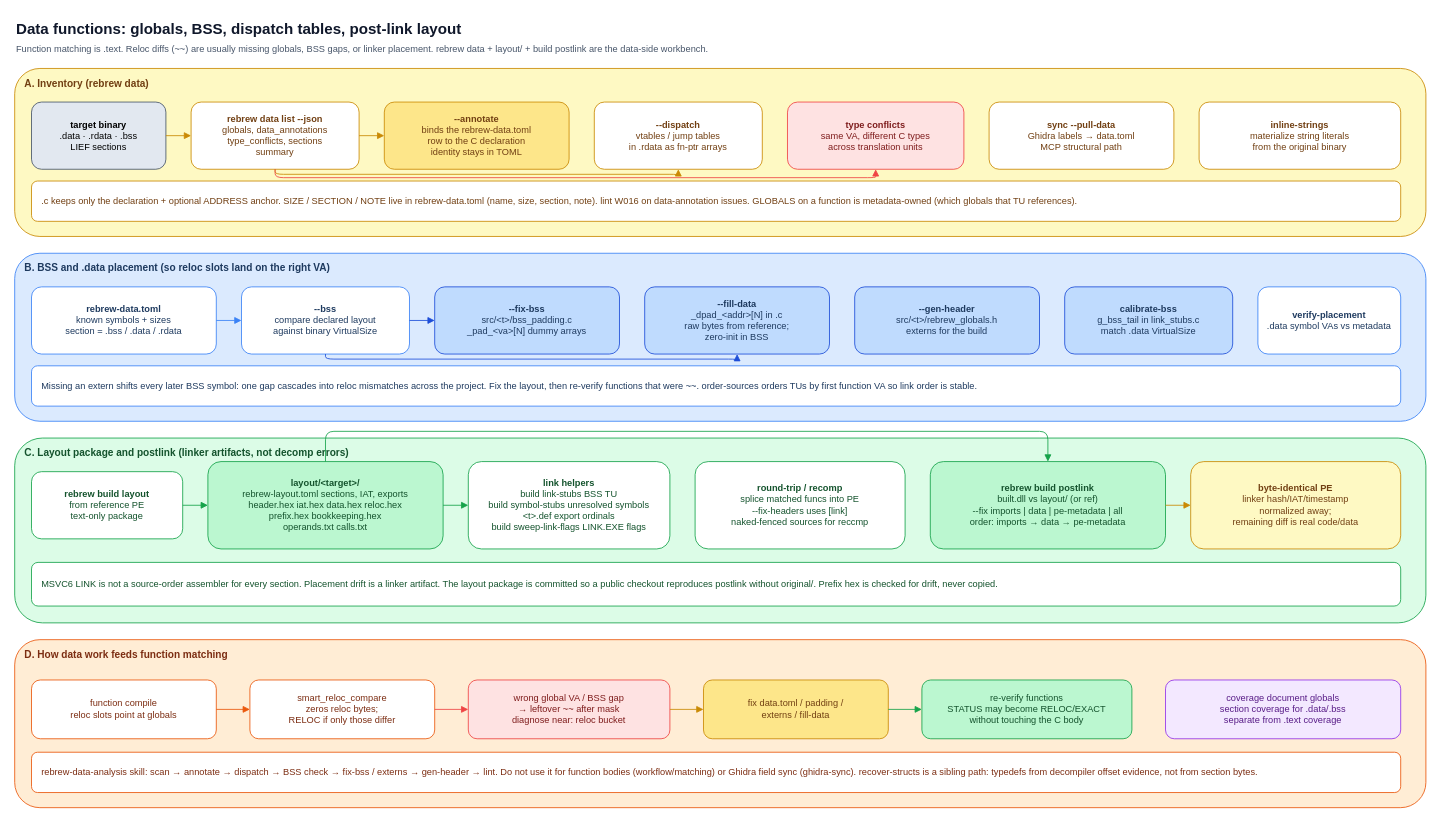
maci0/rebrew keeps this draw.io diagram as page "7. Data, globals, layout" (6 of 6) of docs/architecture.drawio. Above is the earlier version. Source tidied: cells renumbered, new cells numbered last; positions are measured from the earlier drawing's top-left corner, leaving out a move shared by most shapes. Both pictures are drawn from the tidied source at 84%, with x=0, y=0 at pixel (14, 14).
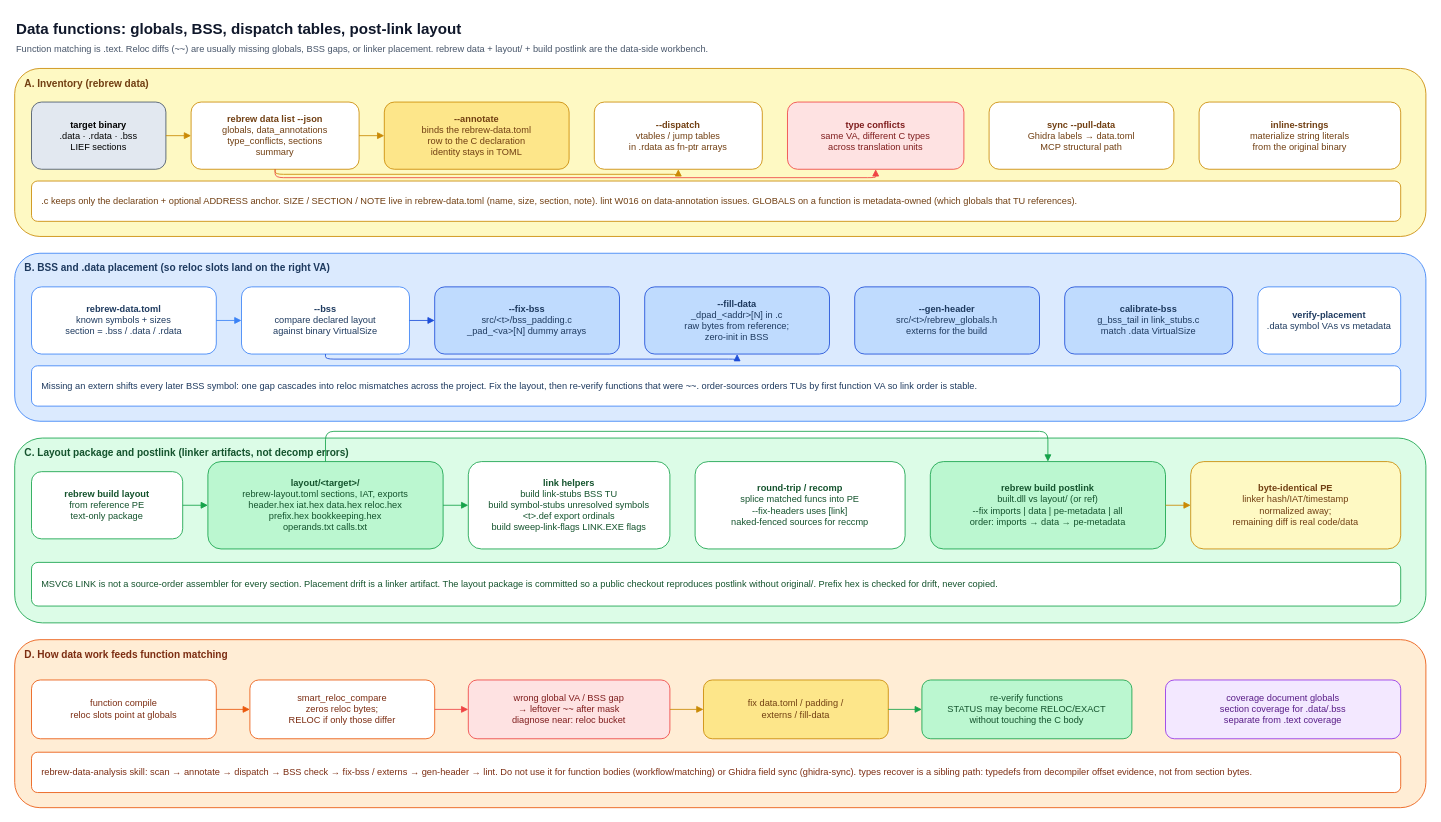
After the change.

What changed in the source:
```diff
@@
-    <mxCell id="48" value="rebrew-data-analysis skill: scan → annotate → dispatch → BSS check → fix-bss / externs → gen-header → lint. Do not use it for function bodies (workflow/matching) or Ghidra field sync (ghidra-sync). recover-structs is a sibling path: typedefs from decompiler offset evidence, not from section bytes." style="rounded=1;whiteSpace=wrap;html=1;fillColor=#ffffff;strokeColor=#ea580c;fontColor=#7c2d12;align=left;spacingLeft=10;fontSize=11;" parent="1" vertex="1">
+    <mxCell id="48" value="rebrew-data-analysis skill: scan → annotate → dispatch → BSS check → fix-bss / externs → gen-header → lint. Do not use it for function bodies (workflow/matching) or Ghidra field sync (ghidra-sync). types recover is a sibling path: typedefs from decompiler offset evidence, not from section bytes." style="rounded=1;whiteSpace=wrap;html=1;fillColor=#ffffff;strokeColor=#ea580c;fontColor=#7c2d12;align=left;spacingLeft=10;fontSize=11;" parent="1" vertex="1">
       <mxGeometry x="20" y="878" width="1630" height="48" as="geometry" />
     </mxCell>
```
